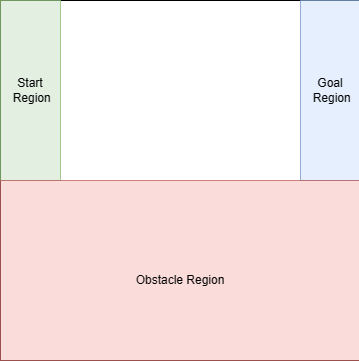
Earlier version of the draw.io export scenarios/bottom.png (ethanmclark1/conav_suite). Source tidied: cells renumbered, new cells last; positions are measured from the earlier drawing's top-left corner, leaving out a move shared by most shapes.
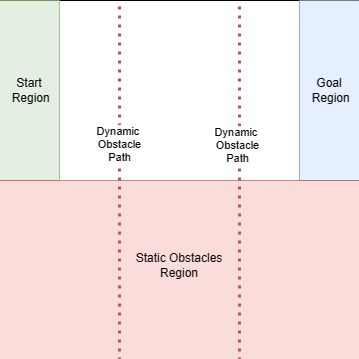
The same diagram one commit later.

The edit, as a diff of the source:
```diff
@@ -17,11 +17,31 @@
     <mxCell id="6" value="Start&lt;br&gt;&amp;nbsp;Region" style="text;html=1;strokeColor=none;fillColor=none;align=center;verticalAlign=middle;whiteSpace=wrap;rounded=0;" parent="1" vertex="1">
       <mxGeometry y="75" width="100" height="30" as="geometry" />
     </mxCell>
-    <mxCell id="7" value="Obstacle Region" style="text;html=1;strokeColor=none;fillColor=none;align=center;verticalAlign=middle;whiteSpace=wrap;rounded=0;" parent="1" vertex="1">
-      <mxGeometry x="150" y="265" width="100" height="30" as="geometry" />
+    <mxCell id="7" value="Static Obstacles Region" style="text;html=1;strokeColor=none;fillColor=none;align=center;verticalAlign=middle;whiteSpace=wrap;rounded=0;" parent="1" vertex="1">
+      <mxGeometry x="150" y="250" width="100" height="30" as="geometry" />
     </mxCell>
     <mxCell id="8" value="Goal&lt;br&gt;&amp;nbsp;Region" style="text;html=1;strokeColor=none;fillColor=none;align=center;verticalAlign=middle;whiteSpace=wrap;rounded=0;" parent="1" vertex="1">
       <mxGeometry x="300" y="75" width="100" height="30" as="geometry" />
     </mxCell>
+    <mxCell id="9" style="endArrow=none;html=1;rounded=0;dashed=1;strokeWidth=3;fillColor=#f8cecc;strokeColor=#b85450;dashPattern=1 2;jumpSize=0;endFill=0;" parent="1" edge="1">
+      <mxGeometry relative="1" as="geometry">
+        <mxPoint x="140" y="360" as="sourcePoint" />
+        <mxPoint x="140" as="targetPoint" />
+      </mxGeometry>
+    </mxCell>
+    <mxCell id="10" value="Dynamic&amp;nbsp;&lt;br&gt;Obstacle&lt;br&gt;Path" style="edgeLabel;html=1;align=center;verticalAlign=middle;" parent="9" vertex="1">
+      <mxGeometry x="0.2" relative="1" as="geometry" />
+    </mxCell>
+    <mxCell id="11" style="endArrow=none;html=1;rounded=0;dashed=1;strokeWidth=3;fillColor=#f8cecc;strokeColor=#b85450;dashPattern=1 2;jumpSize=0;endFill=0;" parent="1" edge="1">
+      <mxGeometry relative="1" as="geometry">
+        <mxPoint x="260" y="360" as="sourcePoint" />
+        <mxPoint x="260" as="targetPoint" />
+      </mxGeometry>
+    </mxCell>
+    <mxCell id="12" value="Dynamic&amp;nbsp;&lt;br&gt;Obstacle&lt;br&gt;Path" style="edgeLabel;html=1;align=center;verticalAlign=middle;" parent="1" vertex="1">
+      <mxGeometry x="150" y="153.3" as="geometry">
+        <mxPoint x="108" y="-9" as="offset" />
+      </mxGeometry>
+    </mxCell>
   </root>
 </mxGraphModel>
```
